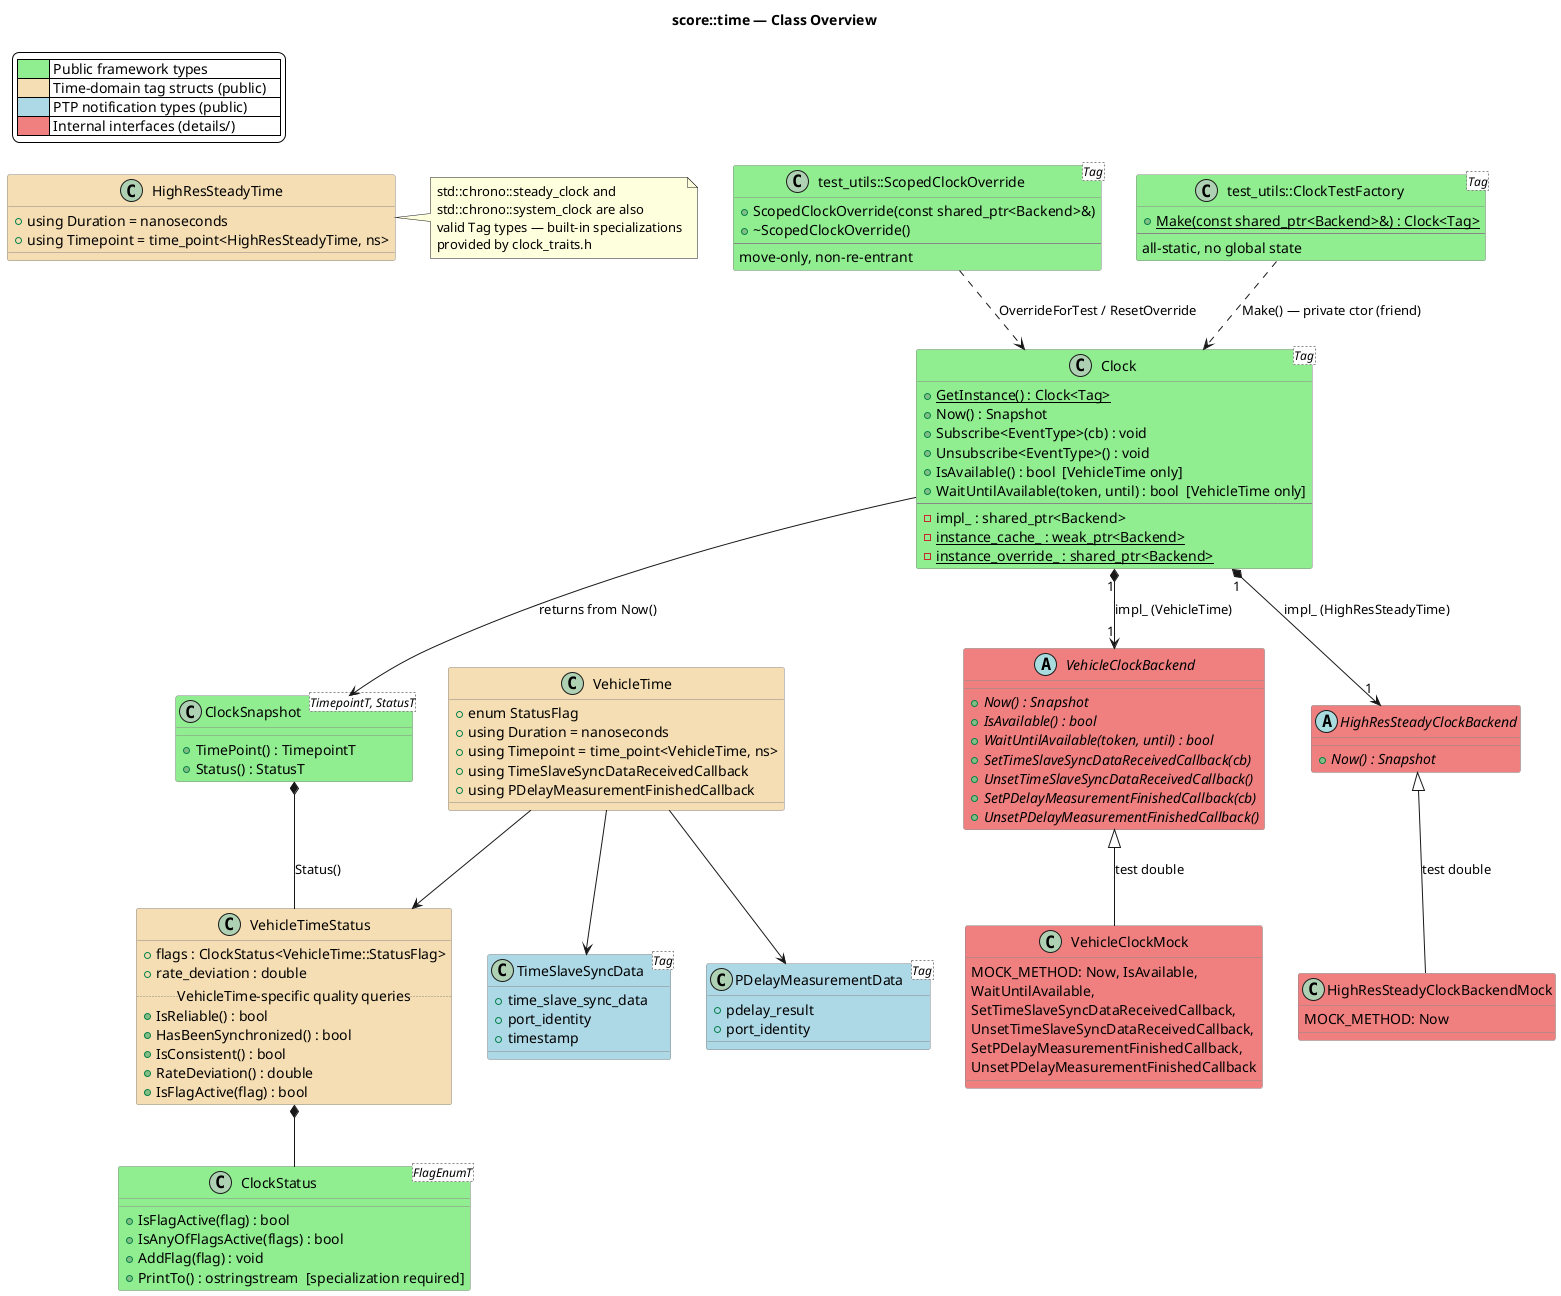
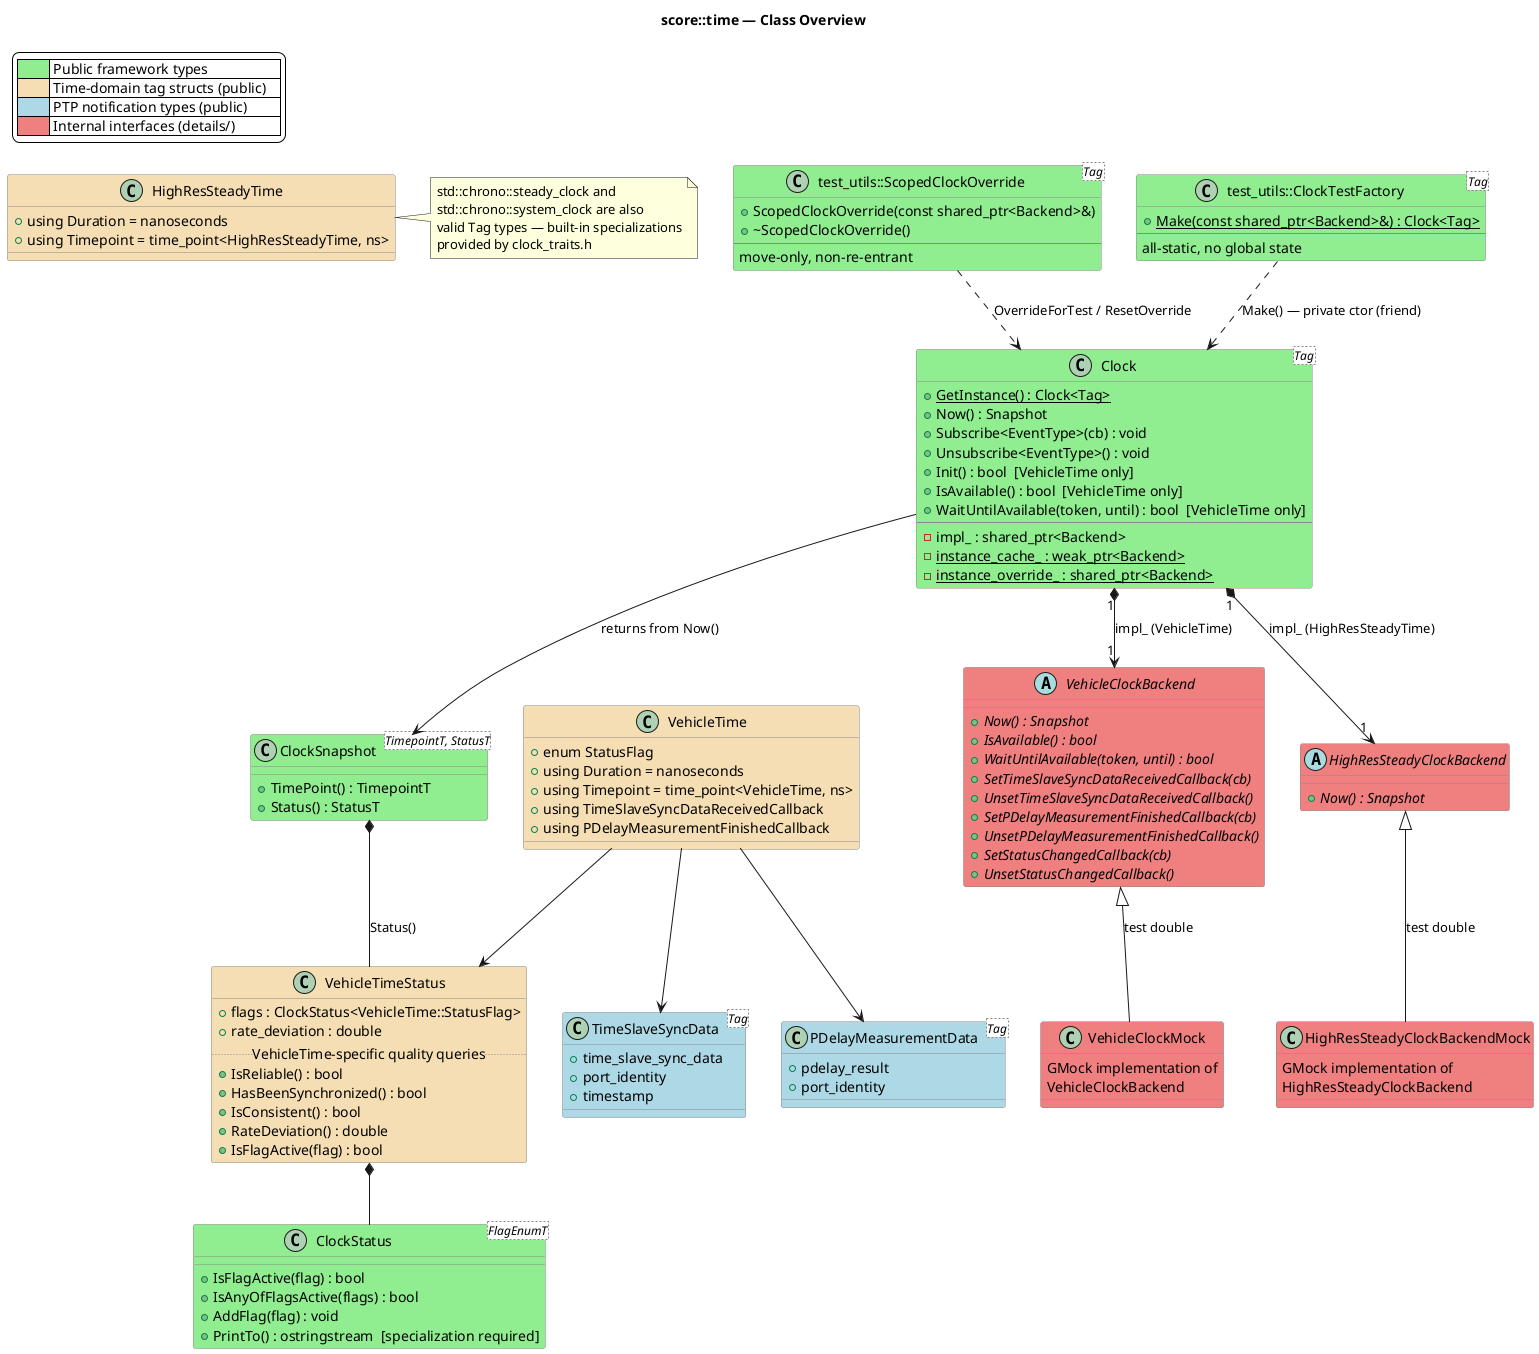
@startuml class_overview

title score::time — Class Overview

skinparam backgroundColor white
skinparam classBackgroundColor #FAFAFA
skinparam classBorderColor #888888

legend top left
    | <#LightGreen>    | Public framework types              |
    | <#Wheat>         | Time-domain tag structs (public)    |
    | <#LightBlue>     | PTP notification types (public)     |
    | <#LightCoral>    | Internal interfaces (details/)      |
endlegend

' --- Framework ---
class "Clock<Tag>" as clock #LightGreen {
    + {static} GetInstance() : Clock<Tag>
    + Now() : Snapshot
    + Subscribe<EventType>(cb) : void
    + Unsubscribe<EventType>() : void
+     + Init() : bool  [VehicleTime only]
    + IsAvailable() : bool  [VehicleTime only]
    + WaitUntilAvailable(token, until) : bool  [VehicleTime only]
    --
    - impl_ : shared_ptr<Backend>
    - {static} instance_cache_ : weak_ptr<Backend>
    - {static} instance_override_ : shared_ptr<Backend>
}

class "test_utils::ScopedClockOverride<Tag>" as guard #LightGreen {
    + ScopedClockOverride(const shared_ptr<Backend>&)
    + ~ScopedClockOverride()
    --
    move-only, non-re-entrant
}

class "test_utils::ClockTestFactory<Tag>" as factory #LightGreen {
    + {static} Make(const shared_ptr<Backend>&) : Clock<Tag>
    --
    all-static, no global state
}

class "ClockSnapshot<TimepointT, StatusT>" as snapshot #LightGreen {
    + TimePoint() : TimepointT
    + Status() : StatusT
}

class "ClockStatus<FlagEnumT>" as status #LightGreen {
    + IsFlagActive(flag) : bool
    + IsAnyOfFlagsActive(flags) : bool
    + AddFlag(flag) : void
    + PrintTo() : ostringstream  [specialization required]
}

' --- Tags ---
class "VehicleTime" as vtag #Wheat {
    + enum StatusFlag
    + using Duration = nanoseconds
    + using Timepoint = time_point<VehicleTime, ns>
    + using TimeSlaveSyncDataReceivedCallback
    + using PDelayMeasurementFinishedCallback
}

class "VehicleTimeStatus" as vstatus #Wheat {
    + flags : ClockStatus<VehicleTime::StatusFlag>
    + rate_deviation : double
    .. VehicleTime-specific quality queries ..
    + IsReliable() : bool
    + HasBeenSynchronized() : bool
    + IsConsistent() : bool
    + RateDeviation() : double
    + IsFlagActive(flag) : bool
}

class "HighResSteadyTime" as htag #Wheat {
    + using Duration = nanoseconds
    + using Timepoint = time_point<HighResSteadyTime, ns>
}

note as ntag
    std::chrono::steady_clock and
    std::chrono::system_clock are also
    valid Tag types — built-in specializations
    provided by clock_traits.h
end note

' --- PTP types ---
class "TimeSlaveSyncData<Tag>" as tss #LightBlue {
    + time_slave_sync_data
    + port_identity
    + timestamp
}

class "PDelayMeasurementData<Tag>" as pdm #LightBlue {
    + pdelay_result
    + port_identity
}

' --- Internal ---
abstract class "VehicleClockBackend" as viface #LightCoral {
    + {abstract} Now() : Snapshot
    + {abstract} IsAvailable() : bool
    + {abstract} WaitUntilAvailable(token, until) : bool
    + {abstract} SetTimeSlaveSyncDataReceivedCallback(cb)
    + {abstract} UnsetTimeSlaveSyncDataReceivedCallback()
    + {abstract} SetPDelayMeasurementFinishedCallback(cb)
    + {abstract} UnsetPDelayMeasurementFinishedCallback()
+     + {abstract} SetStatusChangedCallback(cb)
+     + {abstract} UnsetStatusChangedCallback()
}

abstract class "HighResSteadyClockBackend" as hiface #LightCoral {
    + {abstract} Now() : Snapshot
}

class "VehicleClockMock" as vmock #LightCoral {
-     MOCK_METHOD: Now, IsAvailable,
-     WaitUntilAvailable,
-     SetTimeSlaveSyncDataReceivedCallback,
-     UnsetTimeSlaveSyncDataReceivedCallback,
-     SetPDelayMeasurementFinishedCallback,
-     UnsetPDelayMeasurementFinishedCallback
+     GMock implementation of\nVehicleClockBackend
}

class "HighResSteadyClockBackendMock" as hmock #LightCoral {
-     MOCK_METHOD: Now
+     GMock implementation of\nHighResSteadyClockBackend
}

' --- Relationships ---
clock "1" *--> "1" viface : impl_ (VehicleTime)
clock "1" *--> "1" hiface : impl_ (HighResSteadyTime)
guard ..> clock : OverrideForTest / ResetOverride
factory ..> clock : Make() — private ctor (friend)

clock --> snapshot : returns from Now()
snapshot *-- vstatus : Status()

viface <|-- vmock : test double
hiface <|-- hmock : test double

vtag --> vstatus
vtag --> tss
vtag --> pdm
vstatus *-- status

htag .r. ntag

@enduml
